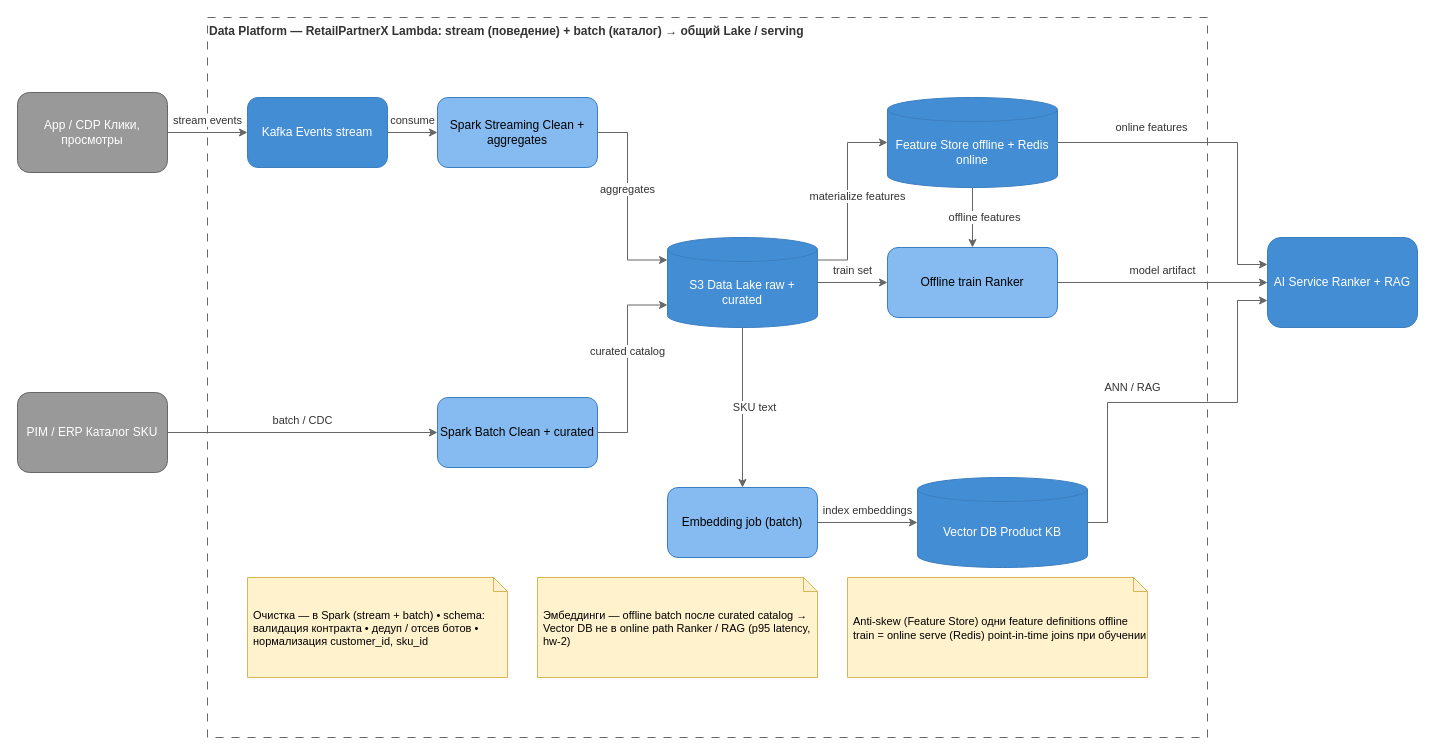
Earlier version of the draw.io diagram hw-5/diagrams/data-pipeline.drawio (YuesIt17/yuit-docs-ai-architect). Source tidied: cells renumbered, new cells numbered last; positions are measured from the earlier drawing's top-left corner, leaving out a move shared by most shapes. Both pictures are drawn from the tidied source at 100%, with x=0, y=0 at pixel (17, 17).
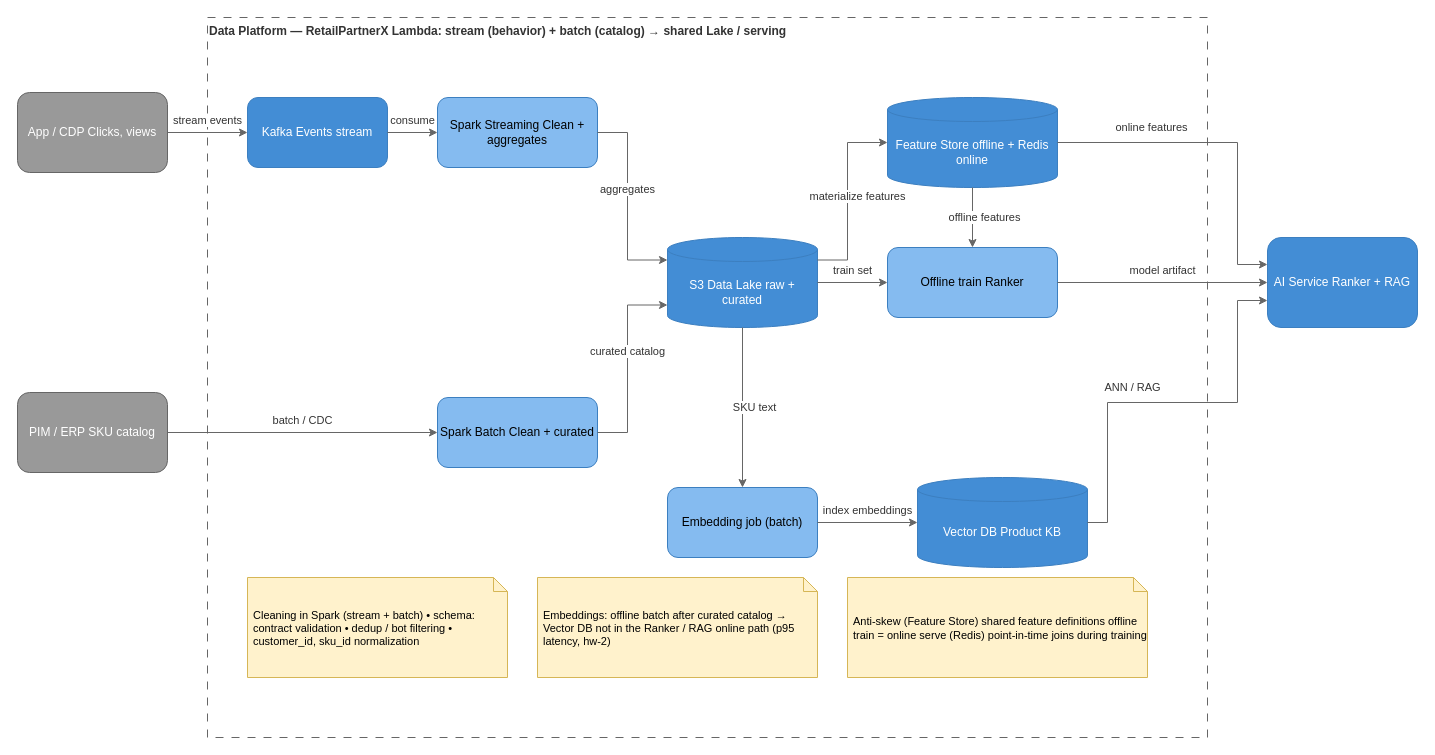
The same diagram, later.

Diff of the diagram source:
```diff
@@
-    <mxCell id="2" value="App / CDP&amp;#10;Клики, просмотры" style="rounded=1;whiteSpace=wrap;html=1;fillColor=#999999;strokeColor=#666666;fontColor=#ffffff;align=center;" parent="1" vertex="1">
+    <mxCell id="2" value="App / CDP&amp;#10;Clicks, views" style="rounded=1;whiteSpace=wrap;html=1;fillColor=#999999;strokeColor=#666666;fontColor=#ffffff;align=center;" parent="1" vertex="1">
       <mxGeometry y="75" width="150" height="80" as="geometry" />
     </mxCell>
-    <mxCell id="3" value="PIM / ERP&amp;#10;Каталог SKU" style="rounded=1;whiteSpace=wrap;html=1;fillColor=#999999;strokeColor=#666666;fontColor=#ffffff;align=center;" parent="1" vertex="1">
+    <mxCell id="3" value="PIM / ERP&amp;#10;SKU catalog" style="rounded=1;whiteSpace=wrap;html=1;fillColor=#999999;strokeColor=#666666;fontColor=#ffffff;align=center;" parent="1" vertex="1">
       <mxGeometry y="375" width="150" height="80" as="geometry" />
     </mxCell>
-    <mxCell id="4" value="Data Platform — RetailPartnerX&amp;#10;Lambda: stream (поведение) + batch (каталог) → общий Lake / serving" style="rounded=0;whiteSpace=wrap;html=1;dashed=1;dashPattern=8 8;fillColor=none;strokeColor=#666666;align=left;verticalAlign=top;fontStyle=1;fontColor=#333333;" parent="1" vertex="1">
+    <mxCell id="4" value="Data Platform — RetailPartnerX&amp;#10;Lambda: stream (behavior) + batch (catalog) → shared Lake / serving" style="rounded=0;whiteSpace=wrap;html=1;dashed=1;dashPattern=8 8;fillColor=none;strokeColor=#666666;align=left;verticalAlign=top;fontStyle=1;fontColor=#333333;" parent="1" vertex="1">
       <mxGeometry x="190" width="1000" height="720" as="geometry" />
     </mxCell>
@@
-    <mxCell id="13" value="Очистка — в Spark (stream + batch)&amp;#10;• schema: валидация контракта&amp;#10;• дедуп / отсев ботов&amp;#10;• нормализация customer_id, sku_id" style="shape=note;whiteSpace=wrap;html=1;backgroundOutline=1;fillColor=#fff2cc;strokeColor=#d6b656;size=14;align=left;fontSize=11;spacingLeft=4;spacingTop=2;" parent="4" vertex="1">
+    <mxCell id="13" value="Cleaning in Spark (stream + batch)&amp;#10;• schema: contract validation&amp;#10;• dedup / bot filtering&amp;#10;• customer_id, sku_id normalization" style="shape=note;whiteSpace=wrap;html=1;backgroundOutline=1;fillColor=#fff2cc;strokeColor=#d6b656;size=14;align=left;fontSize=11;spacingLeft=4;spacingTop=2;" parent="4" vertex="1">
       <mxGeometry x="40" y="560" width="260" height="100" as="geometry" />
     </mxCell>
-    <mxCell id="14" value="Эмбеддинги — offline batch&amp;#10;после curated catalog → Vector DB&amp;#10;не в online path Ranker / RAG&amp;#10;(p95 latency, hw-2)" style="shape=note;whiteSpace=wrap;html=1;backgroundOutline=1;fillColor=#fff2cc;strokeColor=#d6b656;size=14;align=left;fontSize=11;spacingLeft=4;spacingTop=2;" parent="4" vertex="1">
+    <mxCell id="14" value="Embeddings: offline batch&amp;#10;after curated catalog → Vector DB&amp;#10;not in the Ranker / RAG online path&amp;#10;(p95 latency, hw-2)" style="shape=note;whiteSpace=wrap;html=1;backgroundOutline=1;fillColor=#fff2cc;strokeColor=#d6b656;size=14;align=left;fontSize=11;spacingLeft=4;spacingTop=2;" parent="4" vertex="1">
       <mxGeometry x="330" y="560" width="280" height="100" as="geometry" />
     </mxCell>
-    <mxCell id="15" value="Anti-skew (Feature Store)&amp;#10;одни feature definitions&amp;#10;offline train = online serve (Redis)&amp;#10;point-in-time joins при обучении" style="shape=note;whiteSpace=wrap;html=1;backgroundOutline=1;fillColor=#fff2cc;strokeColor=#d6b656;size=14;align=left;fontSize=11;spacingLeft=4;spacingTop=2;" parent="4" vertex="1">
+    <mxCell id="15" value="Anti-skew (Feature Store)&amp;#10;shared feature definitions&amp;#10;offline train = online serve (Redis)&amp;#10;point-in-time joins during training" style="shape=note;whiteSpace=wrap;html=1;backgroundOutline=1;fillColor=#fff2cc;strokeColor=#d6b656;size=14;align=left;fontSize=11;spacingLeft=4;spacingTop=2;" parent="4" vertex="1">
       <mxGeometry x="640" y="560" width="300" height="100" as="geometry" />
     </mxCell>
```
